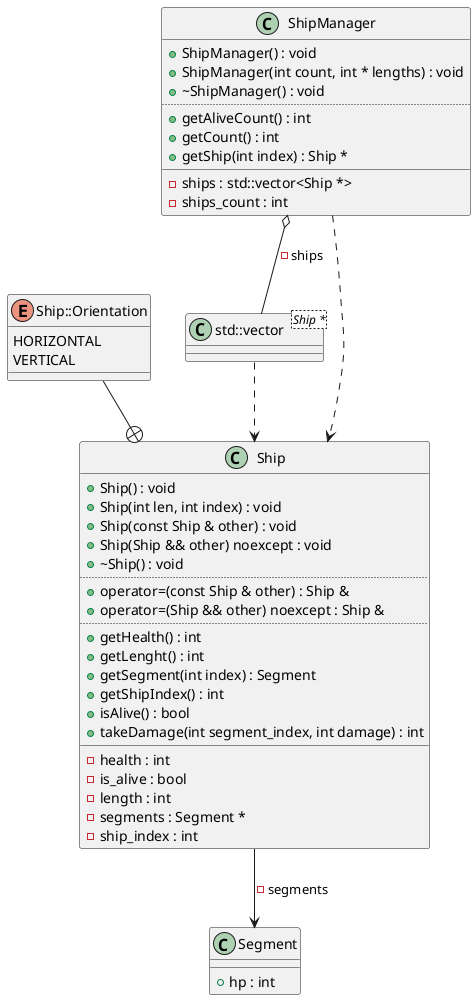
Above: diagrams/ShipManager.png in Rennelv/ships (PlantUML), before the change.
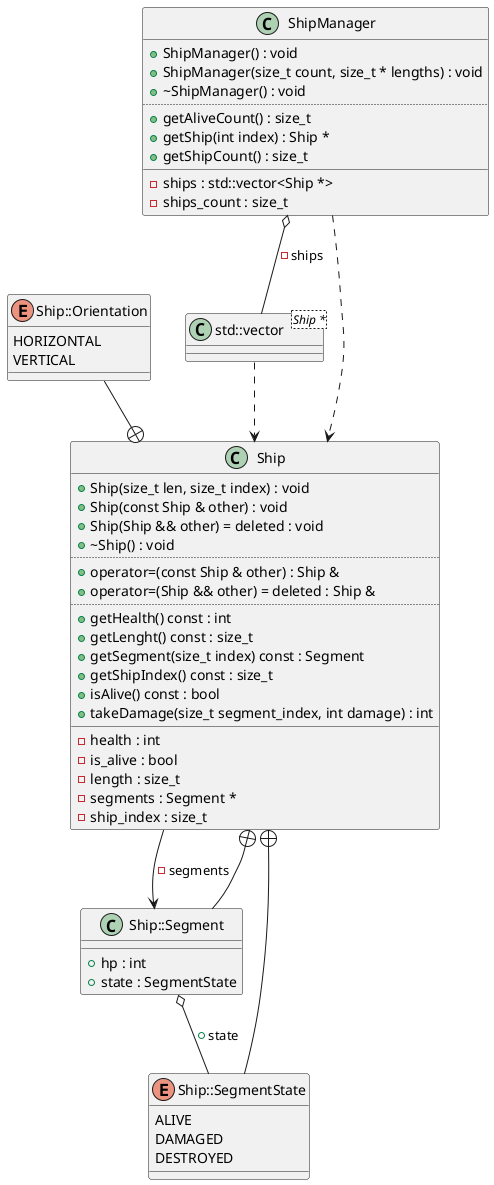
Later version of the same file.

What changed in the source:
```diff
@@ -3,34 +3,40 @@
 class C_0007462257846685508834 {
 __
 }
-class "Segment" as C_0004224949386065029667
-class C_0004224949386065029667 {
-__
-+hp : int
-}
 class "Ship" as C_0014529657433315016423
 class C_0014529657433315016423 {
-+Ship() : void
-+Ship(int len, int index) : void
++Ship(size_t len, size_t index) : void
 +Ship(const Ship & other) : void
-+Ship(Ship && other) noexcept : void
++Ship(Ship && other) = deleted : void
 +~Ship() : void
 ..
 +operator=(const Ship & other) : Ship &
-+operator=(Ship && other) noexcept : Ship &
++operator=(Ship && other) = deleted : Ship &
 ..
-+getHealth() : int
-+getLenght() : int
-+getSegment(int index) : Segment
-+getShipIndex() : int
-+isAlive() : bool
-+takeDamage(int segment_index, int damage) : int
++getHealth() const : int
++getLenght() const : size_t
++getSegment(size_t index) const : Segment
++getShipIndex() const : size_t
++isAlive() const : bool
++takeDamage(size_t segment_index, int damage) : int
 __
 -health : int
 -is_alive : bool
--length : int
+-length : size_t
 -segments : Segment *
--ship_index : int
+-ship_index : size_t
+}
+enum "Ship::SegmentState" as C_0016593760204207859148
+enum C_0016593760204207859148 {
+ALIVE
+DAMAGED
+DESTROYED
+}
+class "Ship::Segment" as C_0000674658759292391449
+class C_0000674658759292391449 {
+__
++hp : int
++state : SegmentState
 }
 enum "Ship::Orientation" as C_0015200704647938469073
 enum C_0015200704647938469073 {
@@ -40,18 +46,21 @@
 class "ShipManager" as C_0017499122254539489506
 class C_0017499122254539489506 {
 +ShipManager() : void
-+ShipManager(int count, int * lengths) : void
++ShipManager(size_t count, size_t * lengths) : void
 +~ShipManager() : void
 ..
-+getAliveCount() : int
-+getCount() : int
++getAliveCount() : size_t
 +getShip(int index) : Ship *
++getShipCount() : size_t
 __
 -ships : std::vector<Ship *>
--ships_count : int
+-ships_count : size_t
 }
 C_0007462257846685508834 ..> C_0014529657433315016423
-C_0014529657433315016423 --> C_0004224949386065029667 : -segments
+C_0014529657433315016423 --> C_0000674658759292391449 : -segments
+C_0016593760204207859148 --+ C_0014529657433315016423
+C_0000674658759292391449 --+ C_0014529657433315016423
+C_0000674658759292391449 o-- C_0016593760204207859148 : +state
 C_0015200704647938469073 --+ C_0014529657433315016423
 C_0017499122254539489506 ..> C_0014529657433315016423
 C_0017499122254539489506 o-- C_0007462257846685508834 : -ships
```
